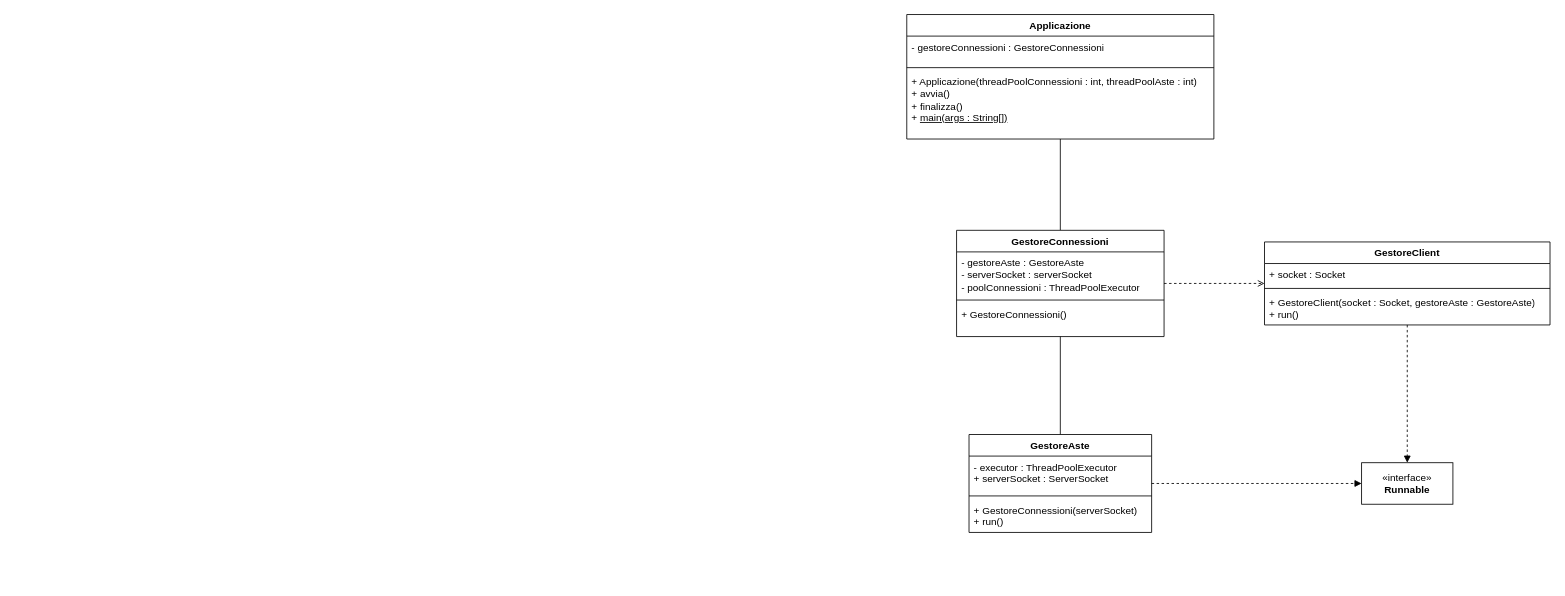
Earlier version of the draw.io diagram documenti/DC-Server.drawio (Chaos-Rat/GAO). Source tidied: cells renumbered, new cells numbered last; positions are measured from the earlier drawing's top-left corner, leaving out a move shared by most shapes. Both pictures are drawn from the tidied source at 83%, with x=0, y=0 at pixel (906, 14).
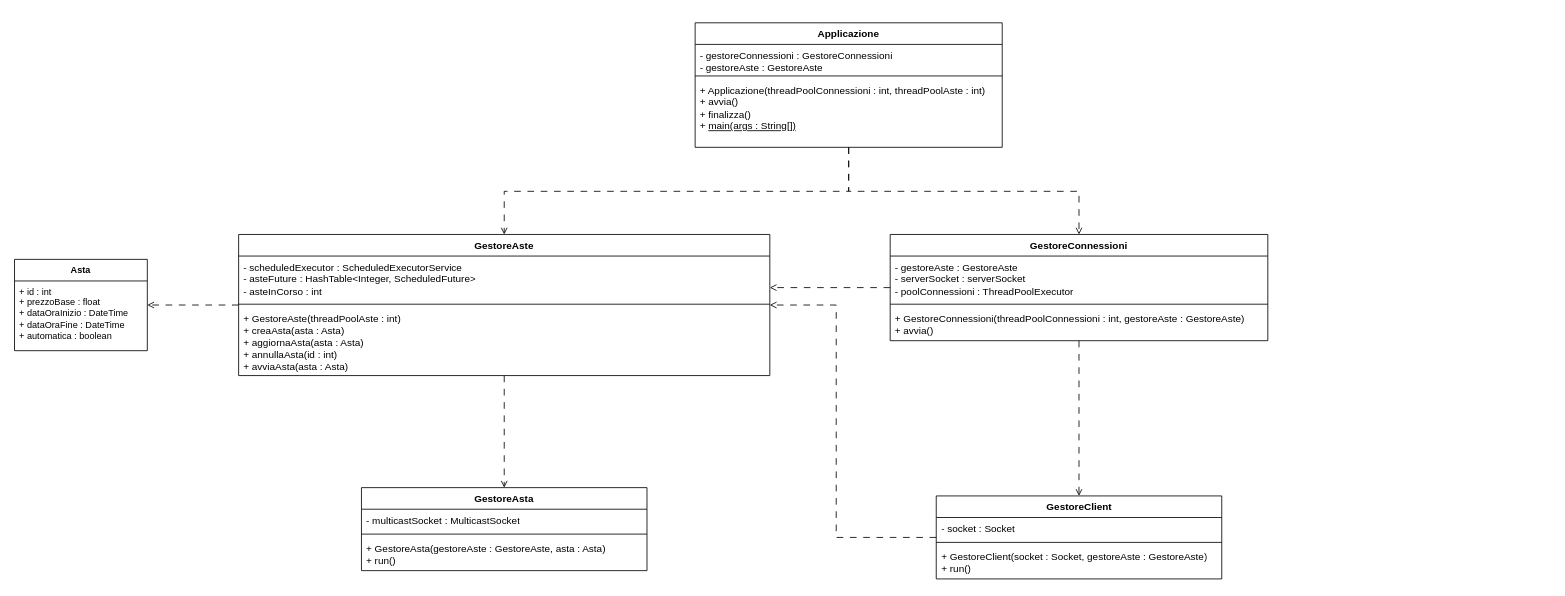
Above is the later version.

Commit message:
Aggiornato diagramma classi server

What changed in the source:
```diff
@@
+    <mxCell id="24" style="edgeStyle=elbowEdgeStyle;rounded=0;jettySize=auto;html=1;endArrow=open;endFill=0;dashed=1;elbow=vertical;dashPattern=8 8;" parent="1" edge="1" source="3" target="20">
+      <mxGeometry relative="1" as="geometry" />
+    </mxCell>
-    <mxCell id="2" style="rounded=0;jettySize=auto;html=1;endArrow=none;endFill=0;" parent="1" edge="1" source="3" target="15">
+    <mxCell id="2" style="edgeStyle=elbowEdgeStyle;rounded=0;jettySize=auto;html=1;endArrow=open;endFill=0;dashed=1;elbow=vertical;dashPattern=8 8;" parent="1" edge="1" source="3" target="15">
       <mxGeometry relative="1" as="geometry" />
     </mxCell>
     <mxCell id="3" value="Applicazione" style="swimlane;fontStyle=1;align=center;verticalAlign=top;horizontal=1;startSize=26;whiteSpace=wrap;html=1;" parent="1" vertex="1">
-      <mxGeometry width="370" height="150" as="geometry" />
+      <mxGeometry x="-255" y="10" width="370" height="150" as="geometry" />
     </mxCell>
-    <mxCell id="4" value="&lt;div&gt;- gestoreConnessioni : GestoreConnessioni&lt;/div&gt;" style="text;strokeColor=none;fillColor=none;align=left;verticalAlign=top;spacingLeft=4;spacingRight=4;overflow=hidden;whiteSpace=wrap;html=1;" parent="3" vertex="1">
+    <mxCell id="4" value="&lt;div&gt;- gestoreConnessioni : GestoreConnessioni&lt;/div&gt;&lt;div&gt;- gestoreAste : GestoreAste&lt;/div&gt;" style="text;strokeColor=none;fillColor=none;align=left;verticalAlign=top;spacingLeft=4;spacingRight=4;overflow=hidden;whiteSpace=wrap;html=1;" parent="3" vertex="1">
       <mxGeometry y="26" width="370" height="34" as="geometry" />
     </mxCell>
@@
-    <mxCell id="7" style="rounded=0;jettySize=auto;html=1;endArrow=block;endFill=1;dashed=1;" parent="1" edge="1" source="9" target="8">
-      <mxGeometry relative="1" as="geometry" />
-    </mxCell>
-    <mxCell id="8" value="«interface»&lt;br&gt;&lt;b&gt;Runnable&lt;/b&gt;" style="html=1;whiteSpace=wrap;" parent="1" vertex="1">
-      <mxGeometry x="548" y="540" width="110" height="50" as="geometry" />
-    </mxCell>
     <mxCell id="9" value="GestoreClient" style="swimlane;fontStyle=1;align=center;verticalAlign=top;horizontal=1;startSize=26;whiteSpace=wrap;html=1;" parent="1" vertex="1">
-      <mxGeometry x="431" y="274" width="344" height="100" as="geometry" />
+      <mxGeometry x="35.5" y="580" width="344" height="100" as="geometry" />
     </mxCell>
-    <mxCell id="10" value="+ socket : Socket" style="text;strokeColor=none;fillColor=none;align=left;verticalAlign=top;spacingLeft=4;spacingRight=4;overflow=hidden;whiteSpace=wrap;html=1;" parent="9" vertex="1">
+    <mxCell id="10" value="- socket : Socket" style="text;strokeColor=none;fillColor=none;align=left;verticalAlign=top;spacingLeft=4;spacingRight=4;overflow=hidden;whiteSpace=wrap;html=1;" parent="9" vertex="1">
       <mxGeometry y="26" width="344" height="26" as="geometry" />
     </mxCell>
@@
-    <mxCell id="13" style="rounded=0;jettySize=auto;html=1;endArrow=open;endFill=0;dashed=1;" parent="1" edge="1" source="15" target="9">
+    <mxCell id="13" style="rounded=0;jettySize=auto;html=1;endArrow=open;endFill=0;dashed=1;elbow=vertical;edgeStyle=orthogonalEdgeStyle;dashPattern=8 8;" parent="1" edge="1" source="15" target="9">
       <mxGeometry relative="1" as="geometry" />
     </mxCell>
-    <mxCell id="14" style="rounded=0;jettySize=auto;html=1;endArrow=none;endFill=0;" parent="1" edge="1" source="15" target="20">
+    <mxCell id="14" style="edgeStyle=elbowEdgeStyle;rounded=0;jettySize=auto;html=1;endArrow=open;endFill=0;dashed=1;elbow=vertical;dashPattern=8 8;" parent="1" edge="1" source="15" target="20">
       <mxGeometry relative="1" as="geometry" />
     </mxCell>
     <mxCell id="15" value="GestoreConnessioni" style="swimlane;fontStyle=1;align=center;verticalAlign=top;horizontal=1;startSize=26;whiteSpace=wrap;html=1;" parent="1" vertex="1">
-      <mxGeometry x="60" y="260" width="250" height="128" as="geometry" />
+      <mxGeometry x="-20" y="265" width="455" height="128" as="geometry" />
     </mxCell>
     <mxCell id="16" value="- gestoreAste : GestoreAste&lt;div&gt;- serverSocket : serverSocket&lt;/div&gt;&lt;div&gt;- poolConnessioni : ThreadPoolExecutor&lt;/div&gt;" style="text;strokeColor=none;fillColor=none;align=left;verticalAlign=top;spacingLeft=4;spacingRight=4;overflow=hidden;whiteSpace=wrap;html=1;" parent="15" vertex="1">
-      <mxGeometry y="26" width="250" height="54" as="geometry" />
+      <mxGeometry y="26" width="455" height="54" as="geometry" />
     </mxCell>
     <mxCell id="17" style="line;strokeWidth=1;fillColor=none;align=left;verticalAlign=middle;spacingTop=-1;spacingLeft=3;spacingRight=3;labelPosition=right;strokeColor=inherit;" parent="15" vertex="1">
-      <mxGeometry y="80" width="250" height="8" as="geometry" />
+      <mxGeometry y="80" width="455" height="8" as="geometry" />
     </mxCell>
-    <mxCell id="18" value="&lt;div&gt;+ GestoreConnessioni()&lt;/div&gt;" style="text;strokeColor=none;fillColor=none;align=left;verticalAlign=top;spacingLeft=4;spacingRight=4;overflow=hidden;whiteSpace=wrap;html=1;" parent="15" vertex="1">
-      <mxGeometry y="88" width="250" height="40" as="geometry" />
+    <mxCell id="18" value="&lt;div&gt;+ GestoreConnessioni(threadPoolConnessioni : int, gestoreAste : GestoreAste)&lt;/div&gt;&lt;div&gt;+ avvia()&lt;/div&gt;" style="text;strokeColor=none;fillColor=none;align=left;verticalAlign=top;spacingLeft=4;spacingRight=4;overflow=hidden;whiteSpace=wrap;html=1;" parent="15" vertex="1">
+      <mxGeometry y="88" width="455" height="40" as="geometry" />
     </mxCell>
-    <mxCell id="19" style="edgeStyle=none;rounded=0;jettySize=auto;html=1;dashed=1;strokeColor=default;align=center;verticalAlign=middle;fontFamily=Helvetica;fontSize=11;fontColor=default;labelBackgroundColor=default;endArrow=block;endFill=1;" parent="1" edge="1" source="20" target="8">
-      <mxGeometry relative="1" as="geometry" />
-    </mxCell>
+    <mxCell id="25" style="edgeStyle=orthogonalEdgeStyle;rounded=0;jettySize=auto;html=1;dashed=1;strokeColor=default;align=center;verticalAlign=middle;fontFamily=Helvetica;fontSize=11;fontColor=default;labelBackgroundColor=default;endArrow=open;endFill=0;dashPattern=8 8;" parent="1" edge="1" source="20" target="31">
+      <mxGeometry relative="1" as="geometry" />
+    </mxCell>
+    <mxCell id="26" style="edgeStyle=orthogonalEdgeStyle;rounded=0;jettySize=auto;html=1;dashed=1;strokeColor=default;align=center;verticalAlign=middle;fontFamily=Helvetica;fontSize=11;fontColor=default;labelBackgroundColor=default;endArrow=open;endFill=0;dashPattern=8 8;" parent="1" edge="1" source="20" target="33">
+      <mxGeometry relative="1" as="geometry" />
+    </mxCell>
     <mxCell id="20" value="GestoreAste" style="swimlane;fontStyle=1;align=center;verticalAlign=top;horizontal=1;startSize=26;whiteSpace=wrap;html=1;" parent="1" vertex="1">
-      <mxGeometry x="75" y="506" width="220" height="118" as="geometry" />
+      <mxGeometry x="-805" y="265" width="640" height="170" as="geometry" />
     </mxCell>
-    <mxCell id="21" value="&lt;div&gt;- executor : ThreadPoolExecutor&lt;br&gt;&lt;/div&gt;&lt;div&gt;+ serverSocket : ServerSocket&lt;/div&gt;" style="text;strokeColor=none;fillColor=none;align=left;verticalAlign=top;spacingLeft=4;spacingRight=4;overflow=hidden;whiteSpace=wrap;html=1;" parent="20" vertex="1">
-      <mxGeometry y="26" width="220" height="44" as="geometry" />
-    </mxCell>
-    <mxCell id="22" style="line;strokeWidth=1;fillColor=none;align=left;verticalAlign=middle;spacingTop=-1;spacingLeft=3;spacingRight=3;labelPosition=right;strokeColor=inherit;" parent="20" vertex="1">
-      <mxGeometry y="70" width="220" height="8" as="geometry" />
-    </mxCell>
-    <mxCell id="23" value="&lt;div&gt;+ GestoreConnessioni(serverSocket)&lt;/div&gt;&lt;div&gt;+ run()&lt;br&gt;&lt;/div&gt;" style="text;strokeColor=none;fillColor=none;align=left;verticalAlign=top;spacingLeft=4;spacingRight=4;overflow=hidden;whiteSpace=wrap;html=1;" parent="20" vertex="1">
-      <mxGeometry y="78" width="220" height="40" as="geometry" />
-    </mxCell>
+    <mxCell id="27" value="&lt;div&gt;- scheduledExecutor : ScheduledExecutorService&lt;br&gt;&lt;/div&gt;&lt;div&gt;- asteFuture : HashTable&amp;lt;Integer, ScheduledFuture&amp;gt;&lt;/div&gt;&lt;div&gt;- asteInCorso : int&lt;/div&gt;" style="text;strokeColor=none;fillColor=none;align=left;verticalAlign=top;spacingLeft=4;spacingRight=4;overflow=hidden;whiteSpace=wrap;html=1;" parent="20" vertex="1">
+      <mxGeometry y="26" width="640" height="54" as="geometry" />
+    </mxCell>
+    <mxCell id="28" style="line;strokeWidth=1;fillColor=none;align=left;verticalAlign=middle;spacingTop=-1;spacingLeft=3;spacingRight=3;labelPosition=right;strokeColor=inherit;" parent="20" vertex="1">
+      <mxGeometry y="80" width="640" height="8" as="geometry" />
+    </mxCell>
+    <mxCell id="29" value="&lt;div&gt;+ GestoreAste(threadPoolAste : int)&lt;/div&gt;&lt;div&gt;+ creaAsta(asta : Asta)&lt;/div&gt;&lt;div&gt;+ aggiornaAsta(asta : Asta)&lt;/div&gt;&lt;div&gt;+ annullaAsta(id : int)&lt;/div&gt;&lt;div&gt;+ avviaAsta(asta : Asta)&lt;/div&gt;" style="text;strokeColor=none;fillColor=none;align=left;verticalAlign=top;spacingLeft=4;spacingRight=4;overflow=hidden;whiteSpace=wrap;html=1;" parent="20" vertex="1">
+      <mxGeometry y="88" width="640" height="82" as="geometry" />
+    </mxCell>
+    <mxCell id="30" style="edgeStyle=orthogonalEdgeStyle;rounded=0;jettySize=auto;html=1;endArrow=open;endFill=0;dashed=1;elbow=vertical;dashPattern=8 8;" parent="1" edge="1" source="9" target="20">
+      <mxGeometry relative="1" as="geometry">
+        <Array as="points">
+          <mxPoint x="-85" y="630" />
+          <mxPoint x="-85" y="350" />
+        </Array>
+      </mxGeometry>
+    </mxCell>
+    <mxCell id="31" value="Asta" style="swimlane;fontStyle=1;align=center;verticalAlign=top;horizontal=1;startSize=26;whiteSpace=wrap;html=1;fontFamily=Helvetica;fontSize=11;fontColor=default;labelBackgroundColor=default;" parent="1" vertex="1">
+      <mxGeometry x="-1075" y="295" width="160" height="110" as="geometry" />
+    </mxCell>
+    <mxCell id="32" value="&lt;div&gt;+ id : int&lt;/div&gt;+ prezzoBase : float&lt;div&gt;+ dataOraInizio : DateTime&lt;/div&gt;&lt;div&gt;+ dataOraFine : DateTime&lt;/div&gt;&lt;div&gt;+ automatica : boolean&lt;/div&gt;" style="text;strokeColor=none;fillColor=none;align=left;verticalAlign=top;spacingLeft=4;spacingRight=4;overflow=hidden;whiteSpace=wrap;html=1;fontFamily=Helvetica;fontSize=11;fontColor=default;labelBackgroundColor=default;" parent="31" vertex="1">
+      <mxGeometry y="26" width="160" height="84" as="geometry" />
+    </mxCell>
+    <mxCell id="33" value="GestoreAsta" style="swimlane;fontStyle=1;align=center;verticalAlign=top;horizontal=1;startSize=26;whiteSpace=wrap;html=1;" parent="1" vertex="1">
+      <mxGeometry x="-657" y="570" width="344" height="100" as="geometry" />
+    </mxCell>
+    <mxCell id="34" value="- multicastSocket : MulticastSocket" style="text;strokeColor=none;fillColor=none;align=left;verticalAlign=top;spacingLeft=4;spacingRight=4;overflow=hidden;whiteSpace=wrap;html=1;" parent="33" vertex="1">
+      <mxGeometry y="26" width="344" height="26" as="geometry" />
+    </mxCell>
+    <mxCell id="35" style="line;strokeWidth=1;fillColor=none;align=left;verticalAlign=middle;spacingTop=-1;spacingLeft=3;spacingRight=3;labelPosition=right;strokeColor=inherit;" parent="33" vertex="1">
+      <mxGeometry y="52" width="344" height="8" as="geometry" />
+    </mxCell>
+    <mxCell id="36" value="+ GestoreAsta(gestoreAste : GestoreAste, asta : Asta)&lt;div&gt;+ run()&lt;/div&gt;" style="text;strokeColor=none;fillColor=none;align=left;verticalAlign=top;spacingLeft=4;spacingRight=4;overflow=hidden;whiteSpace=wrap;html=1;" parent="33" vertex="1">
+      <mxGeometry y="60" width="344" height="40" as="geometry" />
+    </mxCell>
```
